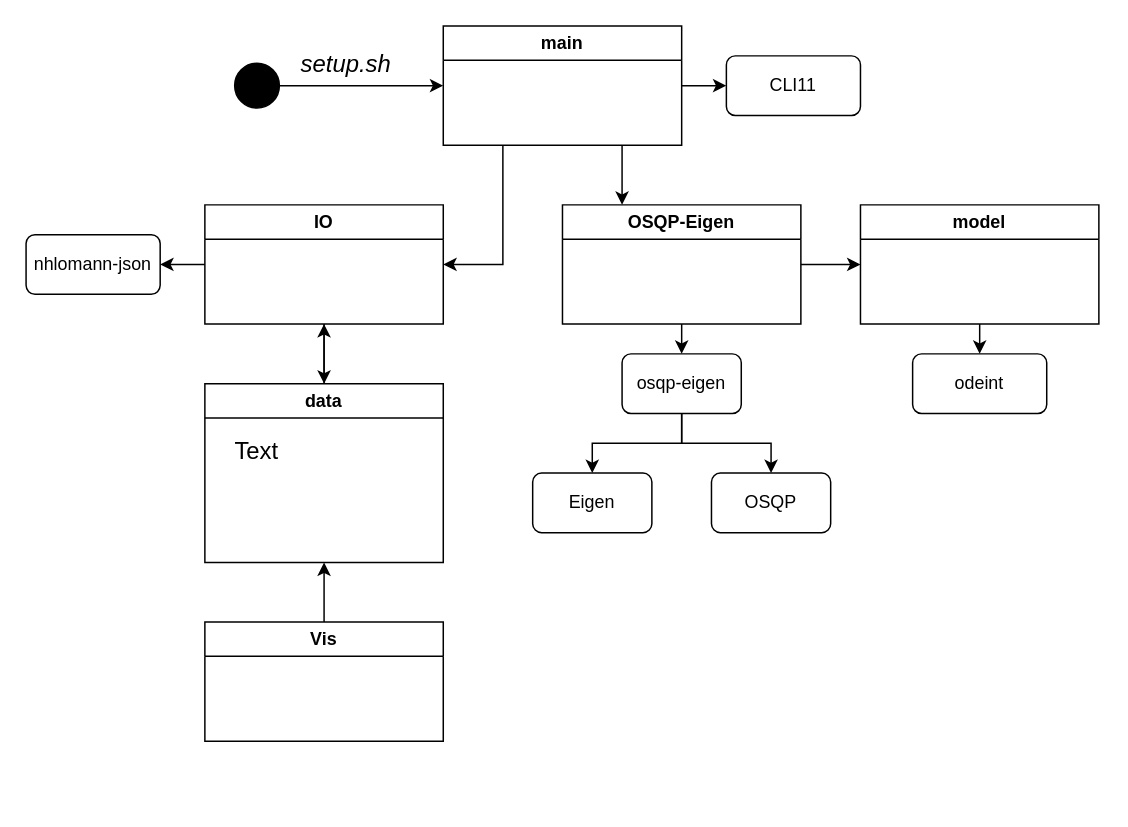
This is fig/module_diagram.drawio from gotvinne/Light-weight-MPC, a draw.io file, before an edit. Source tidied: cells renumbered, new cells numbered last; positions are measured from the earlier drawing's top-left corner, leaving out a move shared by most shapes. Both pictures are drawn from the tidied source at 149%, with x=0, y=0 at pixel (25, 25).
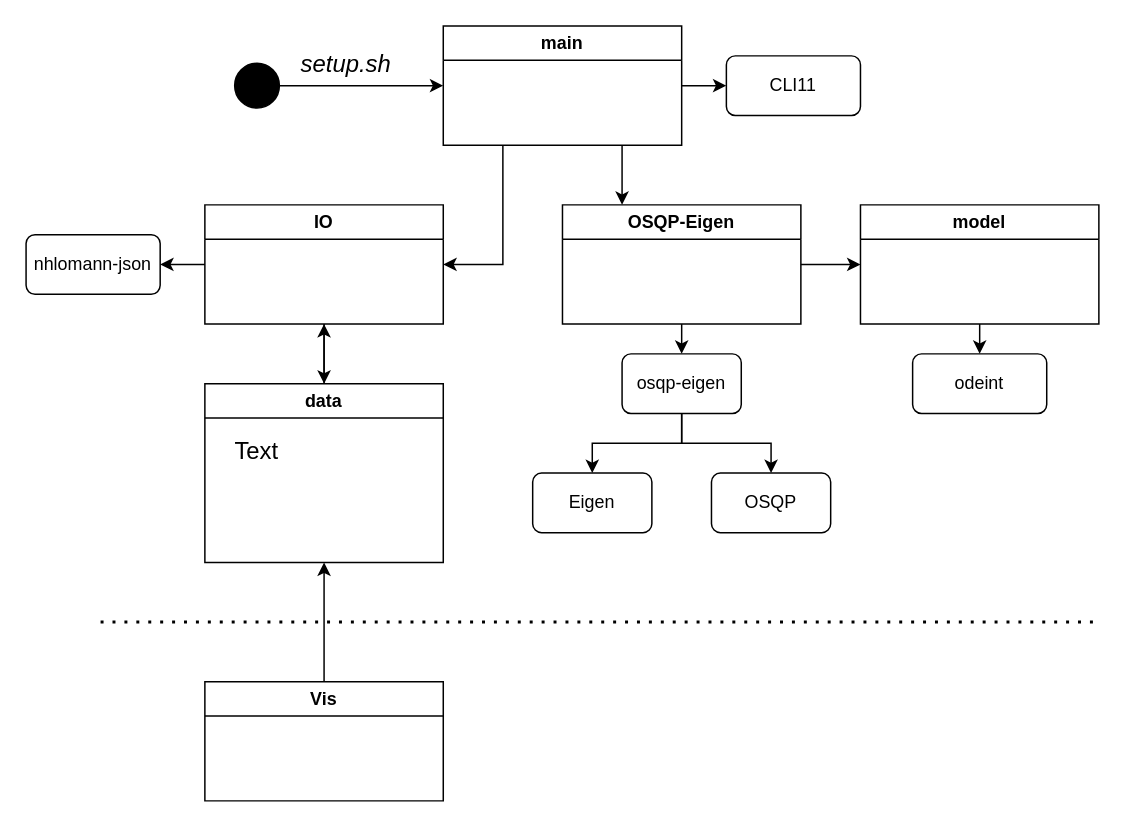
Above is the later version.

The edit, as a diff of the source:
```diff
@@
     <mxCell id="9" value="Vis" style="swimlane;whiteSpace=wrap;html=1;" parent="1" vertex="1">
-      <mxGeometry x="120" y="400" width="160" height="80" as="geometry" />
+      <mxGeometry x="120" y="440" width="160" height="80" as="geometry" />
     </mxCell>
@@
+    <mxCell id="30" style="endArrow=none;dashed=1;html=1;dashPattern=1 3;strokeWidth=2;rounded=0;fontSize=16;" parent="1" edge="1">
+      <mxGeometry relative="1" as="geometry">
+        <mxPoint x="50" y="400" as="sourcePoint" />
+        <mxPoint x="720" y="400" as="targetPoint" />
+      </mxGeometry>
+    </mxCell>
```
